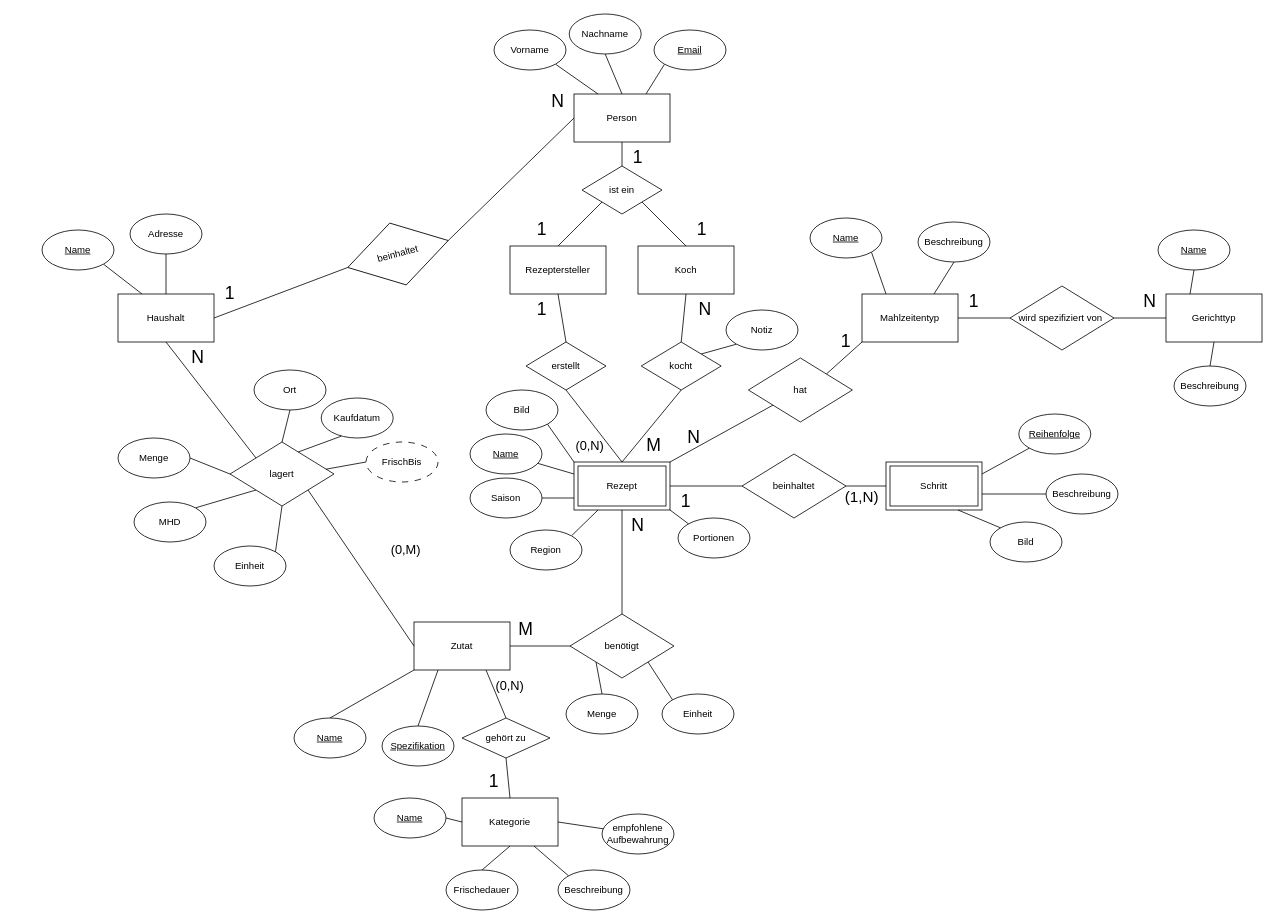
The draw.io diagram ERM_Rezeptdatenbank.drawio in yvesivo/datenbanken-kochbuch, before the edit. Source tidied: cells renumbered, new cells numbered last; positions are measured from the earlier drawing's top-left corner, leaving out a move shared by most shapes. Both pictures are drawn from the tidied source at 80%, with x=0, y=0 at pixel (42, 14).
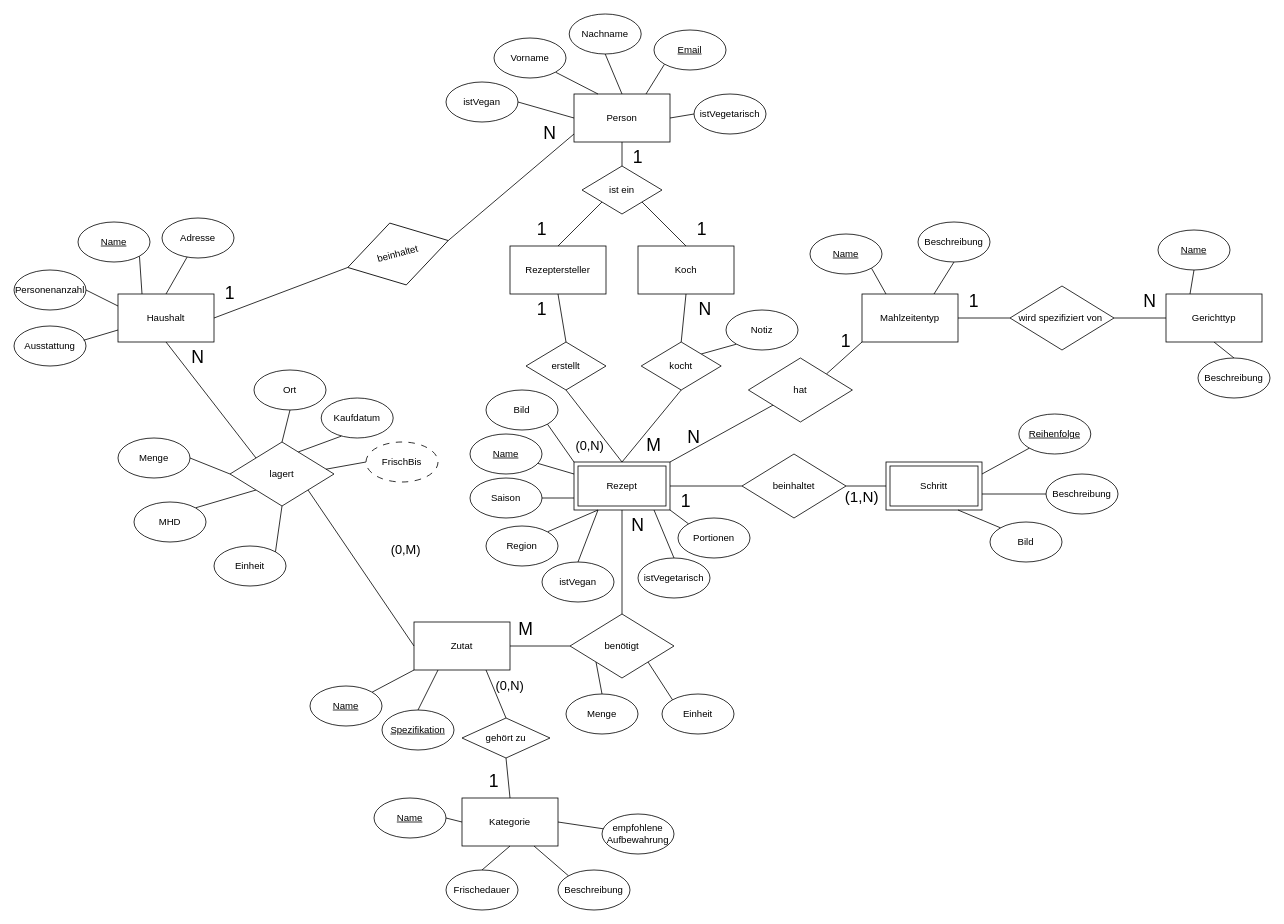
The same page after the edit.

The change refers to these unchanged cells:
```xml
<mxCell id="9" value="beinhaltet" style="rhombus;whiteSpace=wrap;html=1;shapeInside=1;rotation=-15;" parent="1" vertex="1">
  <mxGeometry x="380" y="260" width="130" height="80" as="geometry" />
</mxCell>
<mxCell id="23" style="group;" parent="1" vertex="1">
  <mxGeometry x="625" y="90" width="160" height="110" as="geometry" />
</mxCell>
<mxCell id="24" value="Person" style="rounded=0;whiteSpace=wrap;html=1;" parent="23" vertex="1">
  <mxGeometry x="40" y="10" width="120" height="60" as="geometry" />
</mxCell>
<mxCell id="28" value="Haushalt" style="rounded=0;whiteSpace=wrap;html=1;" parent="27" vertex="1">
  <mxGeometry y="10" width="120" height="60" as="geometry" />
</mxCell>
<mxCell id="33" value="Zutat" style="rounded=0;whiteSpace=wrap;html=1;" parent="32" vertex="1">
  <mxGeometry x="40" y="10" width="120" height="60" as="geometry" />
</mxCell>
<mxCell id="42" style="rounded=0;whiteSpace=wrap;html=1;" parent="41" vertex="1">
  <mxGeometry width="120" height="60" as="geometry" />
</mxCell>
<mxCell id="43" value="&lt;font style=&quot;font-size: 22px;&quot;&gt;N&lt;/font&gt;" style="text;html=1;whiteSpace=wrap;strokeColor=none;fillColor=none;align=center;verticalAlign=middle;rounded=0;" parent="41" vertex="1">
  <mxGeometry x="60" y="60" width="40" height="40" as="geometry" />
</mxCell>
```

Diff of the diagram source:
```diff
@@
-    <mxCell id="3" style="edgeStyle=none;shape=connector;rounded=0;jettySize=auto;html=1;exitX=0;exitY=1;exitDx=0;exitDy=0;entryX=0.5;entryY=0;entryDx=0;entryDy=0;strokeColor=default;align=center;verticalAlign=middle;fontFamily=Helvetica;fontSize=11;fontColor=default;labelBackgroundColor=default;defaultLabelBackgroundColor=page;endArrow=none;endFill=0;" parent="1" edge="1" source="33" target="19">
+    <mxCell id="3" style="edgeStyle=none;shape=connector;rounded=0;jettySize=auto;html=1;exitX=0;exitY=1;exitDx=0;exitDy=0;strokeColor=default;align=center;verticalAlign=middle;fontFamily=Helvetica;fontSize=11;fontColor=default;labelBackgroundColor=default;defaultLabelBackgroundColor=page;endArrow=none;endFill=0;" parent="1" edge="1" source="33" target="19">
       <mxGeometry relative="1" as="geometry" />
     </mxCell>
@@
-    <mxCell id="8" style="edgeStyle=none;shape=connector;rounded=0;jettySize=auto;html=1;exitX=1;exitY=0.5;exitDx=0;exitDy=0;entryX=1;entryY=1;entryDx=0;entryDy=0;strokeColor=default;align=center;verticalAlign=middle;fontFamily=Helvetica;fontSize=11;fontColor=default;labelBackgroundColor=default;defaultLabelBackgroundColor=page;endArrow=none;endFill=0;" parent="1" edge="1" source="9" target="25">
-      <mxGeometry relative="1" as="geometry" />
+    <mxCell id="8" style="edgeStyle=none;shape=connector;rounded=0;jettySize=auto;html=1;exitX=1;exitY=0.5;exitDx=0;exitDy=0;strokeColor=default;align=center;verticalAlign=middle;fontFamily=Helvetica;fontSize=11;fontColor=default;labelBackgroundColor=default;defaultLabelBackgroundColor=page;endArrow=none;endFill=0;" parent="1" edge="1" source="9">
+      <mxGeometry relative="1" as="geometry">
+        <mxPoint x="665" y="150" as="targetPoint" />
+      </mxGeometry>
     </mxCell>
@@
     <mxCell id="18" value="&lt;u&gt;Name&lt;/u&gt;" style="ellipse;whiteSpace=wrap;html=1;shapeInside=1;" parent="1" vertex="1">
-      <mxGeometry y="270" width="90" height="50" as="geometry" />
+      <mxGeometry x="45" y="260" width="90" height="50" as="geometry" />
     </mxCell>
     <mxCell id="19" value="&lt;u&gt;Name&lt;/u&gt;" style="ellipse;whiteSpace=wrap;html=1;shapeInside=1;" parent="1" vertex="1">
-      <mxGeometry x="315" y="880" width="90" height="50" as="geometry" />
+      <mxGeometry x="335" y="840" width="90" height="50" as="geometry" />
     </mxCell>
@@
     <mxCell id="25" value="&lt;span style=&quot;font-size: 22px;&quot;&gt;N&lt;/span&gt;" style="text;html=1;whiteSpace=wrap;strokeColor=none;fillColor=none;align=center;verticalAlign=middle;rounded=0;" parent="23" vertex="1">
-      <mxGeometry width="40" height="40" as="geometry" />
+      <mxGeometry x="-10" y="40" width="40" height="40" as="geometry" />
     </mxCell>
@@
     <mxCell id="27" style="group;" parent="1" vertex="1">
-      <mxGeometry x="95" y="340" width="160" height="110" as="geometry" />
+      <mxGeometry x="95" y="340" width="160" height="140" as="geometry" />
     </mxCell>
@@
     <mxCell id="67" value="Vorname" style="ellipse;whiteSpace=wrap;html=1;shapeInside=1;" parent="1" vertex="1">
-      <mxGeometry x="565" y="20" width="90" height="50" as="geometry" />
+      <mxGeometry x="565" y="30" width="90" height="50" as="geometry" />
     </mxCell>
     <mxCell id="68" value="&lt;u&gt;Name&lt;/u&gt;" style="ellipse;whiteSpace=wrap;html=1;shapeInside=1;" parent="1" vertex="1">
-      <mxGeometry x="960" y="255" width="90" height="50" as="geometry" />
+      <mxGeometry x="960" y="275" width="90" height="50" as="geometry" />
     </mxCell>
@@
     <mxCell id="84" value="&lt;u&gt;Spezifikation&lt;/u&gt;" style="ellipse;whiteSpace=wrap;html=1;shapeInside=1;" parent="1" vertex="1">
-      <mxGeometry x="425" y="890" width="90" height="50" as="geometry" />
+      <mxGeometry x="425" y="870" width="90" height="50" as="geometry" />
     </mxCell>
@@
     <mxCell id="120" value="Adresse" style="ellipse;whiteSpace=wrap;html=1;shapeInside=1;" parent="1" vertex="1">
-      <mxGeometry x="110" y="250" width="90" height="50" as="geometry" />
+      <mxGeometry x="150" y="255" width="90" height="50" as="geometry" />
     </mxCell>
@@
     <mxCell id="126" value="Beschreibung" style="ellipse;whiteSpace=wrap;html=1;shapeInside=1;" parent="1" vertex="1">
-      <mxGeometry x="1415" y="440" width="90" height="50" as="geometry" />
+      <mxGeometry x="1445" y="430" width="90" height="50" as="geometry" />
     </mxCell>
@@
     <mxCell id="138" value="Region" style="ellipse;whiteSpace=wrap;html=1;shapeInside=1;" parent="1" vertex="1">
-      <mxGeometry x="585" y="645" width="90" height="50" as="geometry" />
+      <mxGeometry x="555" y="640" width="90" height="50" as="geometry" />
     </mxCell>
+    <mxCell id="139" style="shape=connector;rounded=0;jettySize=auto;html=1;exitX=1;exitY=0.5;exitDx=0;exitDy=0;strokeColor=default;align=center;verticalAlign=middle;fontFamily=Helvetica;fontSize=11;fontColor=default;labelBackgroundColor=default;defaultLabelBackgroundColor=page;endArrow=none;endFill=0;entryX=0;entryY=0.25;entryDx=0;entryDy=0;" parent="1" edge="1" source="140" target="28">
+      <mxGeometry relative="1" as="geometry" />
+    </mxCell>
+    <mxCell id="140" value="Personenanzahl" style="ellipse;whiteSpace=wrap;html=1;shapeInside=1;" parent="1" vertex="1">
+      <mxGeometry x="-35" y="320" width="90" height="50" as="geometry" />
+    </mxCell>
+    <mxCell id="141" style="edgeStyle=orthogonalEdgeStyle;shape=connector;rounded=0;orthogonalLoop=1;jettySize=auto;html=1;innerLoopWaypoints=1;exitX=0.5;exitY=1;exitDx=0;exitDy=0;strokeColor=default;align=center;verticalAlign=middle;fontFamily=Helvetica;fontSize=11;fontColor=default;labelBackgroundColor=default;defaultLabelBackgroundColor=page;endArrow=none;endFill=0;" parent="1" edge="1" source="140" target="140">
+      <mxGeometry relative="1" as="geometry" />
+    </mxCell>
+    <mxCell id="142" value="istVegetarisch" style="ellipse;whiteSpace=wrap;html=1;shapeInside=1;" parent="1" vertex="1">
+      <mxGeometry x="745" y="680" width="90" height="50" as="geometry" />
+    </mxCell>
+    <mxCell id="143" style="shape=connector;rounded=0;jettySize=auto;html=1;exitX=1;exitY=0;exitDx=0;exitDy=0;entryX=0.5;entryY=0;entryDx=0;entryDy=0;strokeColor=default;align=center;verticalAlign=middle;fontFamily=Helvetica;fontSize=11;fontColor=default;labelBackgroundColor=default;defaultLabelBackgroundColor=page;endArrow=none;endFill=0;" parent="1" edge="1" source="43" target="142">
+      <mxGeometry relative="1" as="geometry" />
+    </mxCell>
+    <mxCell id="144" value="istVegan" style="ellipse;whiteSpace=wrap;html=1;shapeInside=1;" parent="1" vertex="1">
+      <mxGeometry x="625" y="685" width="90" height="50" as="geometry" />
+    </mxCell>
+    <mxCell id="145" style="shape=connector;rounded=0;jettySize=auto;html=1;exitX=0.25;exitY=1;exitDx=0;exitDy=0;entryX=0.5;entryY=0;entryDx=0;entryDy=0;strokeColor=default;align=center;verticalAlign=middle;fontFamily=Helvetica;fontSize=11;fontColor=default;labelBackgroundColor=default;defaultLabelBackgroundColor=page;endArrow=none;endFill=0;" parent="1" edge="1" source="42" target="144">
+      <mxGeometry relative="1" as="geometry" />
+    </mxCell>
+    <mxCell id="146" style="shape=connector;rounded=0;jettySize=auto;html=1;exitX=1;exitY=0.5;exitDx=0;exitDy=0;entryX=0;entryY=0.5;entryDx=0;entryDy=0;strokeColor=default;align=center;verticalAlign=middle;fontFamily=Helvetica;fontSize=11;fontColor=default;labelBackgroundColor=default;defaultLabelBackgroundColor=page;endArrow=none;endFill=0;" parent="1" edge="1" source="147" target="24">
+      <mxGeometry relative="1" as="geometry" />
+    </mxCell>
+    <mxCell id="147" value="istVegan" style="ellipse;whiteSpace=wrap;html=1;shapeInside=1;" parent="1" vertex="1">
+      <mxGeometry x="505" y="85" width="90" height="50" as="geometry" />
+    </mxCell>
+    <mxCell id="148" value="istVegetarisch" style="ellipse;whiteSpace=wrap;html=1;shapeInside=1;" parent="1" vertex="1">
+      <mxGeometry x="815" y="100" width="90" height="50" as="geometry" />
+    </mxCell>
+    <mxCell id="149" style="shape=connector;rounded=0;jettySize=auto;html=1;exitX=1;exitY=0.5;exitDx=0;exitDy=0;entryX=0;entryY=0.5;entryDx=0;entryDy=0;strokeColor=default;align=center;verticalAlign=middle;fontFamily=Helvetica;fontSize=11;fontColor=default;labelBackgroundColor=default;defaultLabelBackgroundColor=page;endArrow=none;endFill=0;" parent="1" edge="1" source="24" target="148">
+      <mxGeometry relative="1" as="geometry" />
+    </mxCell>
+    <mxCell id="150" value="Ausstattung" style="ellipse;whiteSpace=wrap;html=1;shapeInside=1;" parent="1" vertex="1">
+      <mxGeometry x="-35" y="390" width="90" height="50" as="geometry" />
+    </mxCell>
+    <mxCell id="151" style="shape=connector;rounded=0;jettySize=auto;html=1;exitX=0;exitY=0.75;exitDx=0;exitDy=0;entryX=0.968;entryY=0.356;entryDx=0;entryDy=0;entryPerimeter=0;strokeColor=default;align=center;verticalAlign=middle;fontFamily=Helvetica;fontSize=11;fontColor=default;labelBackgroundColor=default;defaultLabelBackgroundColor=page;endArrow=none;endFill=0;" parent="1" edge="1" source="28" target="150">
+      <mxGeometry relative="1" as="geometry" />
+    </mxCell>
```
